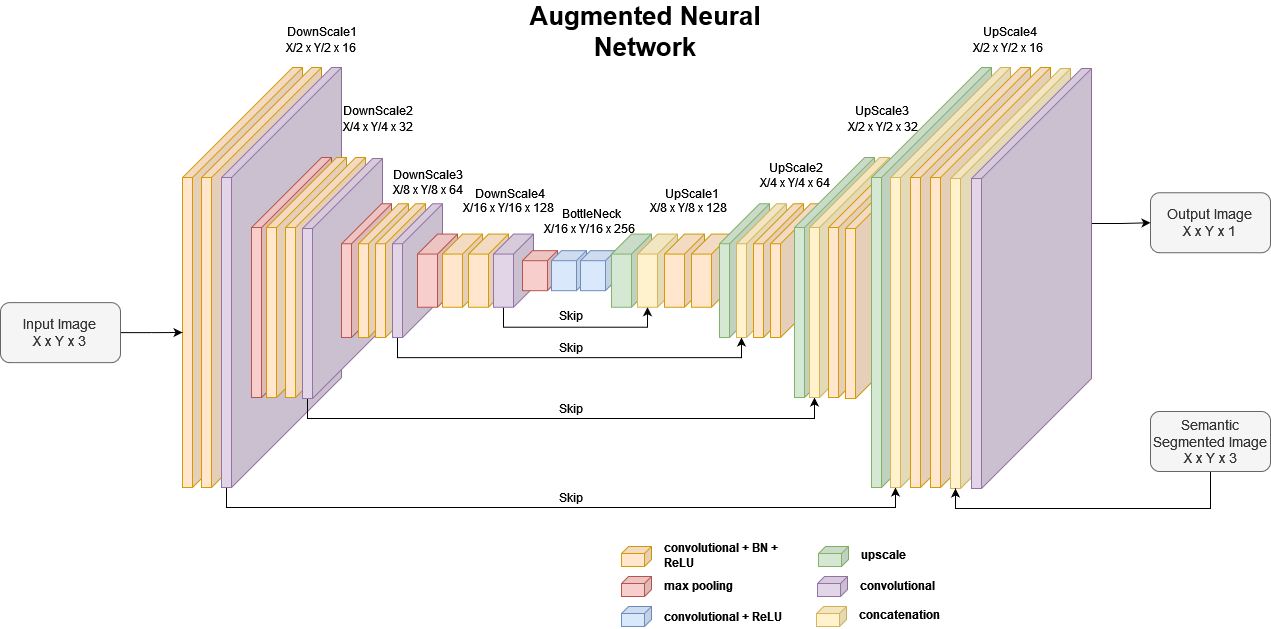
Earlier version of the draw.io export Resources/augNN.png (alextop99/MonocularDepthEstimation). Source tidied: cells renumbered, new cells last; positions are measured from the earlier drawing's top-left corner, leaving out a move shared by most shapes.
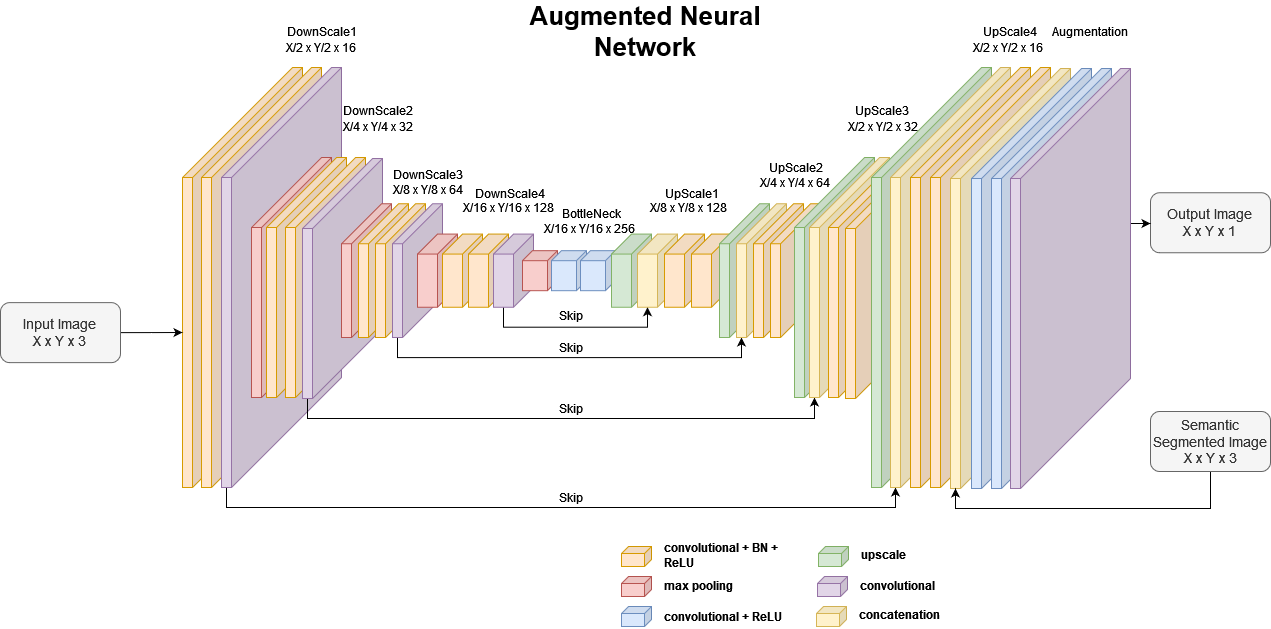
The same file after the commit.

The edit, as a diff of the source:
```diff
@@ -236,9 +236,6 @@
     <mxCell id="79" style="edgeStyle=orthogonalEdgeStyle;rounded=0;jettySize=auto;html=1;exitX=0;exitY=0;exitDx=0;exitDy=155;exitPerimeter=0;entryX=0;entryY=0.5;entryDx=0;entryDy=0;fontSize=26;startArrow=none;startFill=0;endArrow=classic;endFill=1;" parent="1" edge="1" source="80" target="77">
       <mxGeometry relative="1" as="geometry" />
     </mxCell>
-    <mxCell id="80" style="shape=cube;whiteSpace=wrap;html=1;boundedLbl=1;backgroundOutline=1;darkOpacity=0.05;darkOpacity2=0.1;size=110;direction=east;flipH=1;fillColor=#e1d5e7;strokeColor=#9673a6;" parent="1" vertex="1">
-      <mxGeometry x="971" y="52" width="120" height="420" as="geometry" />
-    </mxCell>
     <mxCell id="81" style="edgeStyle=orthogonalEdgeStyle;rounded=0;jettySize=auto;html=1;exitX=0;exitY=0.5;exitDx=0;exitDy=0;entryX=0;entryY=0;entryDx=115;entryDy=420;entryPerimeter=0;fontSize=26;startArrow=none;startFill=0;endArrow=classic;endFill=1;" parent="1" edge="1" source="82" target="61">
       <mxGeometry relative="1" as="geometry">
         <Array as="points">
@@ -251,5 +248,17 @@
     <mxCell id="82" value="&lt;font style=&quot;font-size: 14px&quot;&gt;Semantic Segmented Image&lt;br&gt;X x Y x 3&lt;/font&gt;" style="rounded=1;whiteSpace=wrap;html=1;fillColor=#f5f5f5;fontColor=#333333;strokeColor=#666666;" parent="1" vertex="1">
       <mxGeometry x="1150" y="395" width="120" height="60" as="geometry" />
     </mxCell>
+    <mxCell id="83" style="shape=cube;whiteSpace=wrap;html=1;boundedLbl=1;backgroundOutline=1;darkOpacity=0.05;darkOpacity2=0.1;size=110;direction=east;flipH=1;fillColor=#dae8fc;strokeColor=#6c8ebf;" parent="1" vertex="1">
+      <mxGeometry x="971" y="52" width="120" height="420" as="geometry" />
+    </mxCell>
+    <mxCell id="84" style="shape=cube;whiteSpace=wrap;html=1;boundedLbl=1;backgroundOutline=1;darkOpacity=0.05;darkOpacity2=0.1;size=110;direction=east;flipH=1;fillColor=#dae8fc;strokeColor=#6c8ebf;" parent="1" vertex="1">
+      <mxGeometry x="991" y="52" width="120" height="420" as="geometry" />
+    </mxCell>
+    <mxCell id="80" style="shape=cube;whiteSpace=wrap;html=1;boundedLbl=1;backgroundOutline=1;darkOpacity=0.05;darkOpacity2=0.1;size=110;direction=east;flipH=1;fillColor=#e1d5e7;strokeColor=#9673a6;" parent="1" vertex="1">
+      <mxGeometry x="1010" y="52" width="120" height="420" as="geometry" />
+    </mxCell>
+    <mxCell id="85" value="Augmentation" style="text;html=1;strokeColor=none;fillColor=none;align=center;verticalAlign=middle;whiteSpace=wrap;rounded=0;" parent="1" vertex="1">
+      <mxGeometry x="1070" width="40" height="30" as="geometry" />
+    </mxCell>
   </root>
 </mxGraphModel>
```
